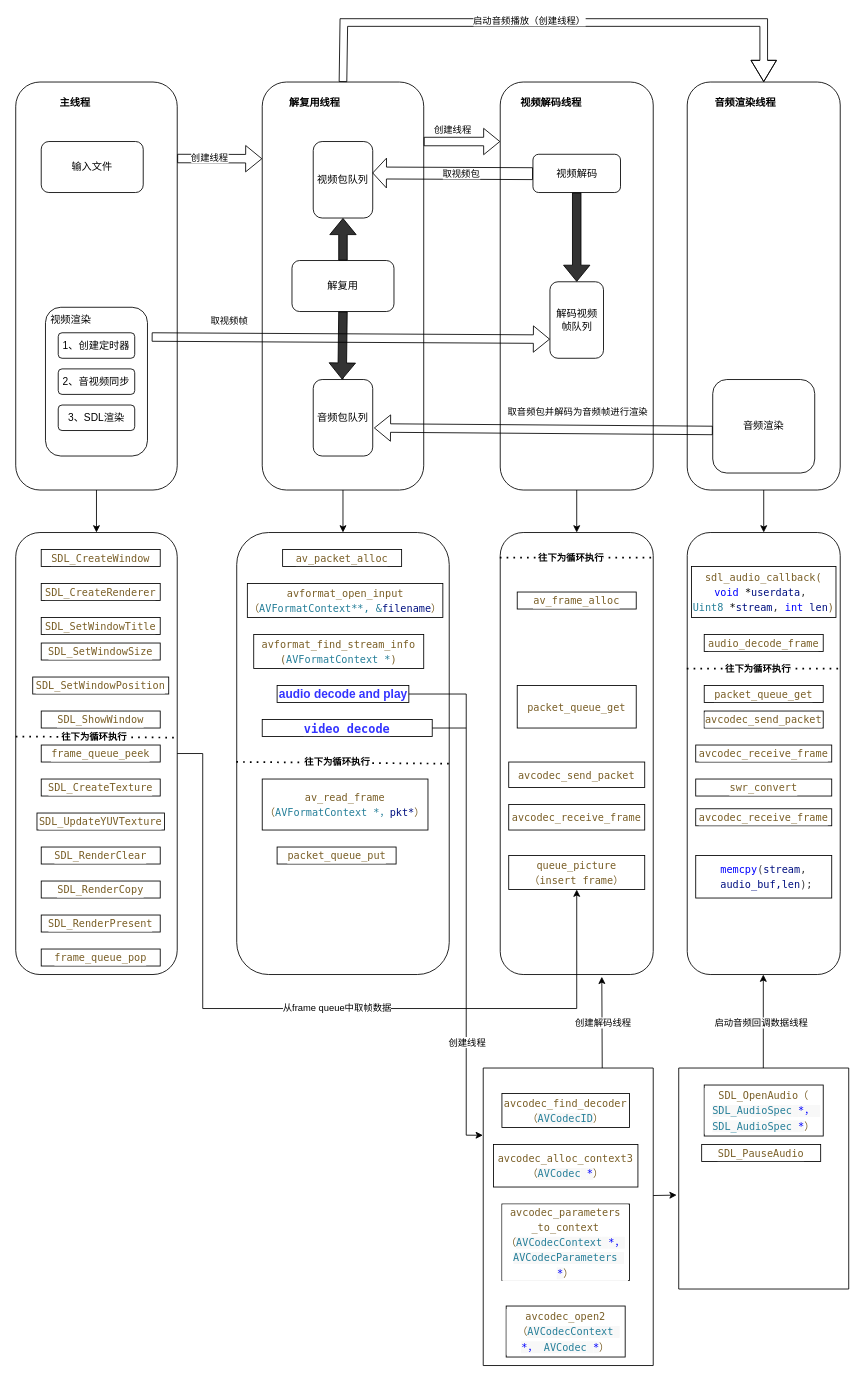
Before: 播放器流程图/播放器流程图.drawio in yihenghua/Audio_Video_development, a draw.io diagram. Source tidied: cells renumbered, new cells numbered last; positions are measured from the earlier drawing's top-left corner, leaving out a move shared by most shapes. Both pictures are drawn from the tidied source at 85%, with x=0, y=0 at pixel (15, 22).
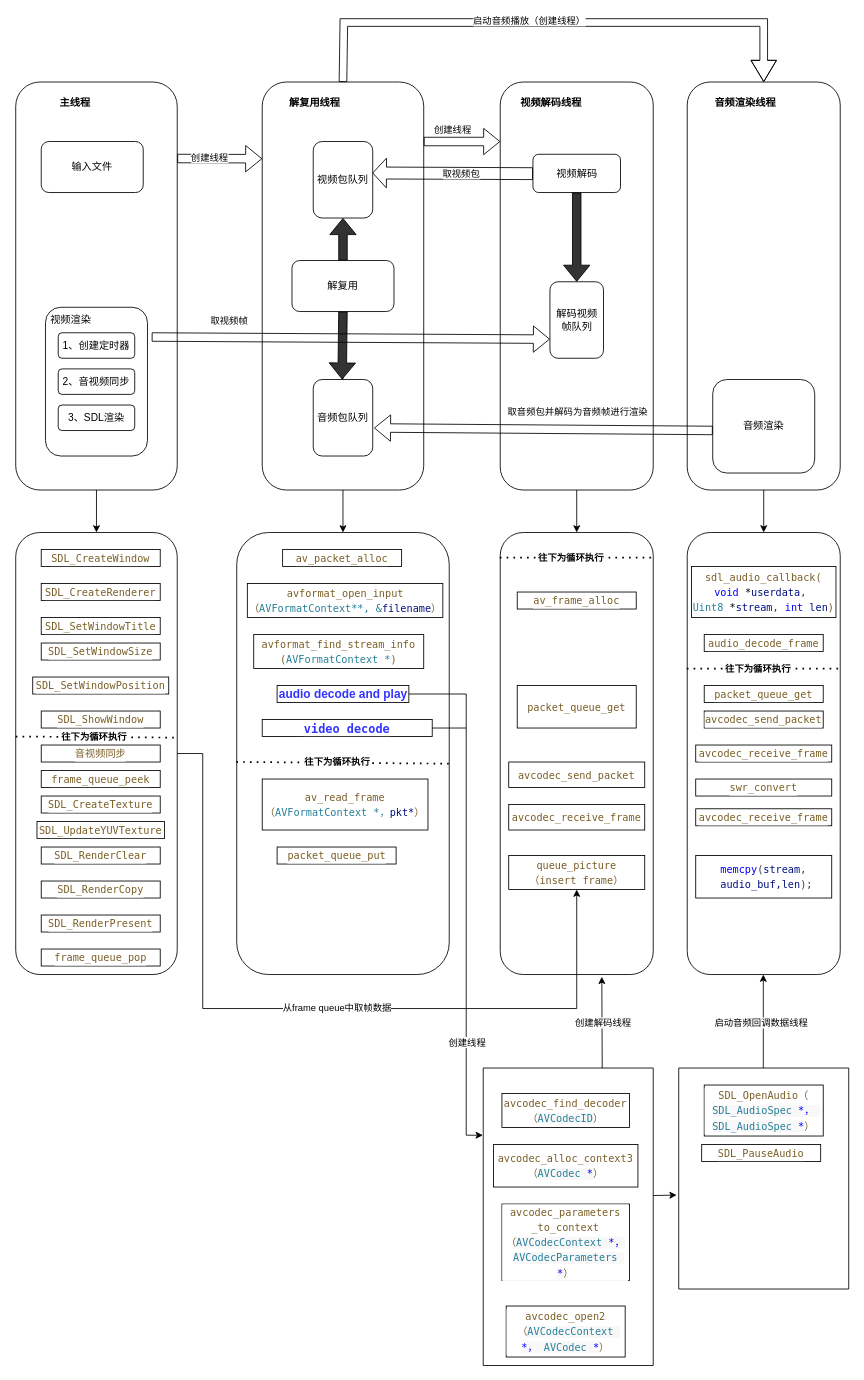
Above is the later version.

The edit, as a diff of the source:
```diff
@@
     <mxCell id="46" value="&lt;div style=&quot;color: rgb(59, 59, 59); background-color: rgb(255, 255, 255); font-family: Menlo, Monaco, &amp;quot;Courier New&amp;quot;, monospace; line-height: 18px; white-space: pre;&quot;&gt;&lt;div style=&quot;line-height: 18px;&quot;&gt;&lt;span style=&quot;color: #795e26;&quot;&gt;frame_queue_peek&lt;/span&gt;&lt;/div&gt;&lt;/div&gt;" style="rounded=0;whiteSpace=wrap;html=1;" parent="1" vertex="1">
-      <mxGeometry x="30" y="850" width="140" height="20" as="geometry" />
+      <mxGeometry x="30" y="880" width="140" height="20" as="geometry" />
     </mxCell>
     <mxCell id="47" value="&lt;div style=&quot;color: rgb(59, 59, 59); background-color: rgb(255, 255, 255); font-family: Menlo, Monaco, &amp;quot;Courier New&amp;quot;, monospace; line-height: 18px; white-space: pre;&quot;&gt;&lt;div style=&quot;line-height: 18px;&quot;&gt;&lt;span style=&quot;color: #795e26;&quot;&gt;SDL_CreateTexture&lt;/span&gt;&lt;/div&gt;&lt;/div&gt;" style="rounded=0;whiteSpace=wrap;html=1;" parent="1" vertex="1">
-      <mxGeometry x="30" y="890" width="140" height="20" as="geometry" />
+      <mxGeometry x="30" y="910" width="140" height="20" as="geometry" />
     </mxCell>
@@
     <mxCell id="49" value="&lt;div style=&quot;color: rgb(59, 59, 59); background-color: rgb(255, 255, 255); font-family: Menlo, Monaco, &amp;quot;Courier New&amp;quot;, monospace; line-height: 18px; white-space: pre;&quot;&gt;&lt;div style=&quot;line-height: 18px;&quot;&gt;&lt;div style=&quot;line-height: 18px;&quot;&gt;&lt;span style=&quot;color: #795e26;&quot;&gt;SDL_UpdateYUVTexture&lt;/span&gt;&lt;/div&gt;&lt;/div&gt;&lt;/div&gt;" style="rounded=0;whiteSpace=wrap;html=1;" parent="1" vertex="1">
-      <mxGeometry x="25" y="930" width="150" height="20" as="geometry" />
+      <mxGeometry x="25" y="940" width="150" height="20" as="geometry" />
     </mxCell>
@@
+    <mxCell id="107" value="&lt;div style=&quot;background-color: rgb(255, 255, 255); font-family: Menlo, Monaco, &amp;quot;Courier New&amp;quot;, monospace; line-height: 18px; white-space: pre;&quot;&gt;&lt;div style=&quot;line-height: 18px;&quot;&gt;&lt;font color=&quot;#795e26&quot;&gt;音视频同步&lt;/font&gt;&lt;/div&gt;&lt;/div&gt;" style="rounded=0;whiteSpace=wrap;html=1;" parent="1" vertex="1">
+      <mxGeometry x="30" y="850" width="140" height="20" as="geometry" />
+    </mxCell>
```
